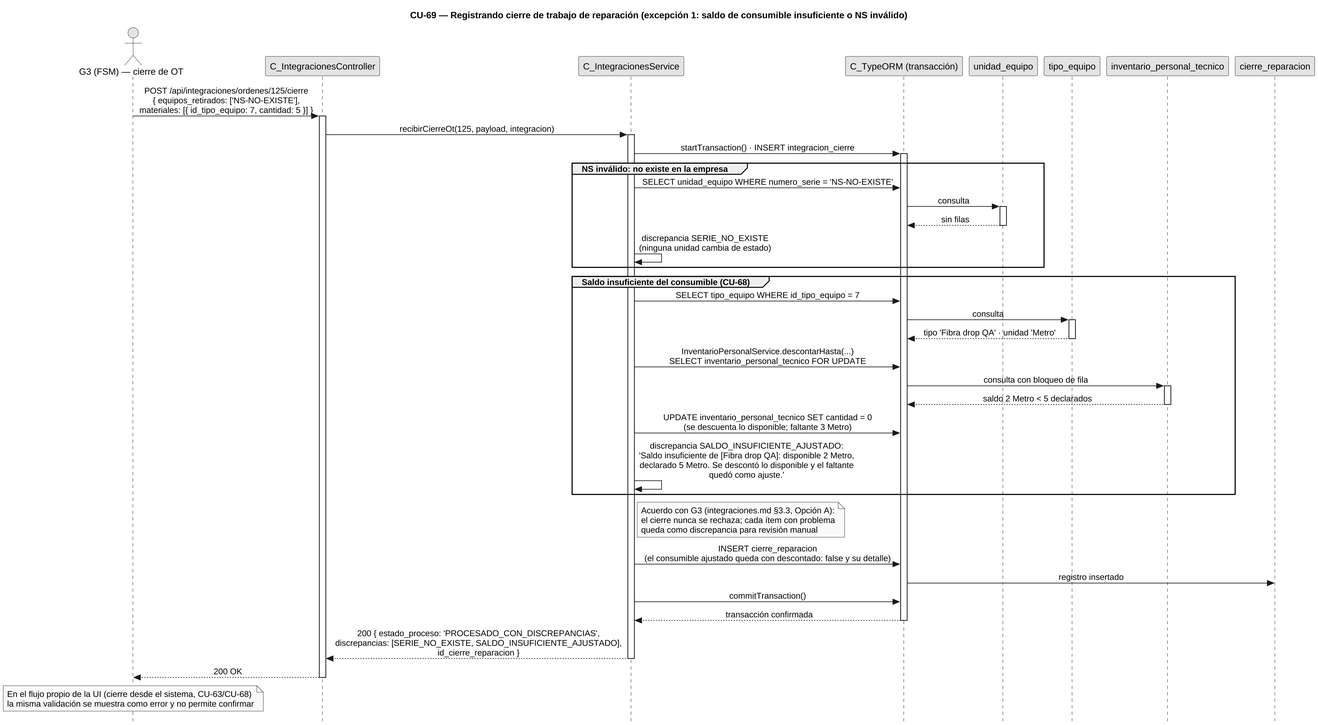
Before: diagramas/diagramas-secuencia/CU69/CU69-exc-saldo-insuficiente.png, a diagram exported from PlantUML (FSM-Finet-y-Cable-Magico/Team_1-Inventario-y-Bodega). Its diagram source:
```plantuml
@startuml CU69-exc-saldo-insuficiente
skinparamlocked dpi 240
skinparamlocked defaultFontName Liberation Sans
skinparam sequenceDividerBorderThickness 0.6
skinparam sequenceDividerBorderColor 888888
skinparam sequenceDividerBackgroundColor white
skinparam sequenceDividerFontStyle italic
skinparam sequenceDividerFontColor 444444
skinparam sequenceDividerShadowing false
title CU-69 — Registrando cierre de trabajo de reparación (excepción 1: saldo de consumible insuficiente o NS inválido)
skinparam style strictuml
skinparam monochrome true
skinparam shadowing false
skinparam sequenceMessageAlign center
<style>
sequenceDiagram {
  participant {
    margin 30
  }
  actor {
    margin 12
  }
}
</style>
skinparam sequence {
  MessageAlign center
  LifeLineBorderColor black
}
hide footbox

actor "G3 (FSM) — cierre de OT" as g3
participant "C_IntegracionesController" as ctrl
participant "C_IntegracionesService" as svc
participant "C_TypeORM (transacción)" as orm
participant "unidad_equipo" as uent
participant "tipo_equipo" as tent
participant "inventario_personal_tecnico" as invp
participant "cierre_reparacion" as crep

g3 -> ctrl : POST /api/integraciones/ordenes/125/cierre\n{ equipos_retirados: ['NS-NO-EXISTE'],\nmateriales: [{ id_tipo_equipo: 7, cantidad: 5 }] }
activate ctrl
ctrl -> svc : recibirCierreOt(125, payload, integracion)
activate svc

svc -> orm : startTransaction() · INSERT integracion_cierre
activate orm

group NS inválido: no existe en la empresa
  svc -> orm : SELECT unidad_equipo WHERE numero_serie = 'NS-NO-EXISTE'
  orm -> uent : consulta
  activate uent
  uent --> orm : sin filas
  deactivate uent
  svc -> svc : discrepancia SERIE_NO_EXISTE\n(ninguna unidad cambia de estado)
end

group Saldo insuficiente del consumible (CU-68)
  svc -> orm : SELECT tipo_equipo WHERE id_tipo_equipo = 7
  orm -> tent : consulta
  activate tent
  tent --> orm : tipo 'Fibra drop QA' · unidad 'Metro'
  deactivate tent
  svc -> orm : InventarioPersonalService.descontarHasta(...)\nSELECT inventario_personal_tecnico FOR UPDATE
  orm -> invp : consulta con bloqueo de fila
  activate invp
  invp --> orm : saldo 2 Metro < 5 declarados
  deactivate invp
  svc -> orm : UPDATE inventario_personal_tecnico SET cantidad = 0\n(se descuenta lo disponible; faltante 3 Metro)
  svc -> svc : discrepancia SALDO_INSUFICIENTE_AJUSTADO:\n'Saldo insuficiente de [Fibra drop QA]: disponible 2 Metro,\ndeclarado 5 Metro. Se descontó lo disponible y el faltante\nquedó como ajuste.'
end

note right of svc
  Acuerdo con G3 (integraciones.md §3.3, Opción A):
  el cierre nunca se rechaza; cada ítem con problema
  queda como discrepancia para revisión manual
end note

svc -> orm : INSERT cierre_reparacion\n(el consumible ajustado queda con descontado: false y su detalle)
orm -> crep : registro insertado
svc -> orm : commitTransaction()
orm --> svc : transacción confirmada
deactivate orm

svc --> ctrl : 200 { estado_proceso: 'PROCESADO_CON_DISCREPANCIAS',\ndiscrepancias: [SERIE_NO_EXISTE, SALDO_INSUFICIENTE_AJUSTADO],\nid_cierre_reparacion }
deactivate svc
ctrl --> g3 : 200 OK
deactivate ctrl

note over g3 : En el flujo propio de la UI (cierre desde el sistema, CU-63/CU-68)\nla misma validación se muestra como error y no permite confirmar

@enduml
```
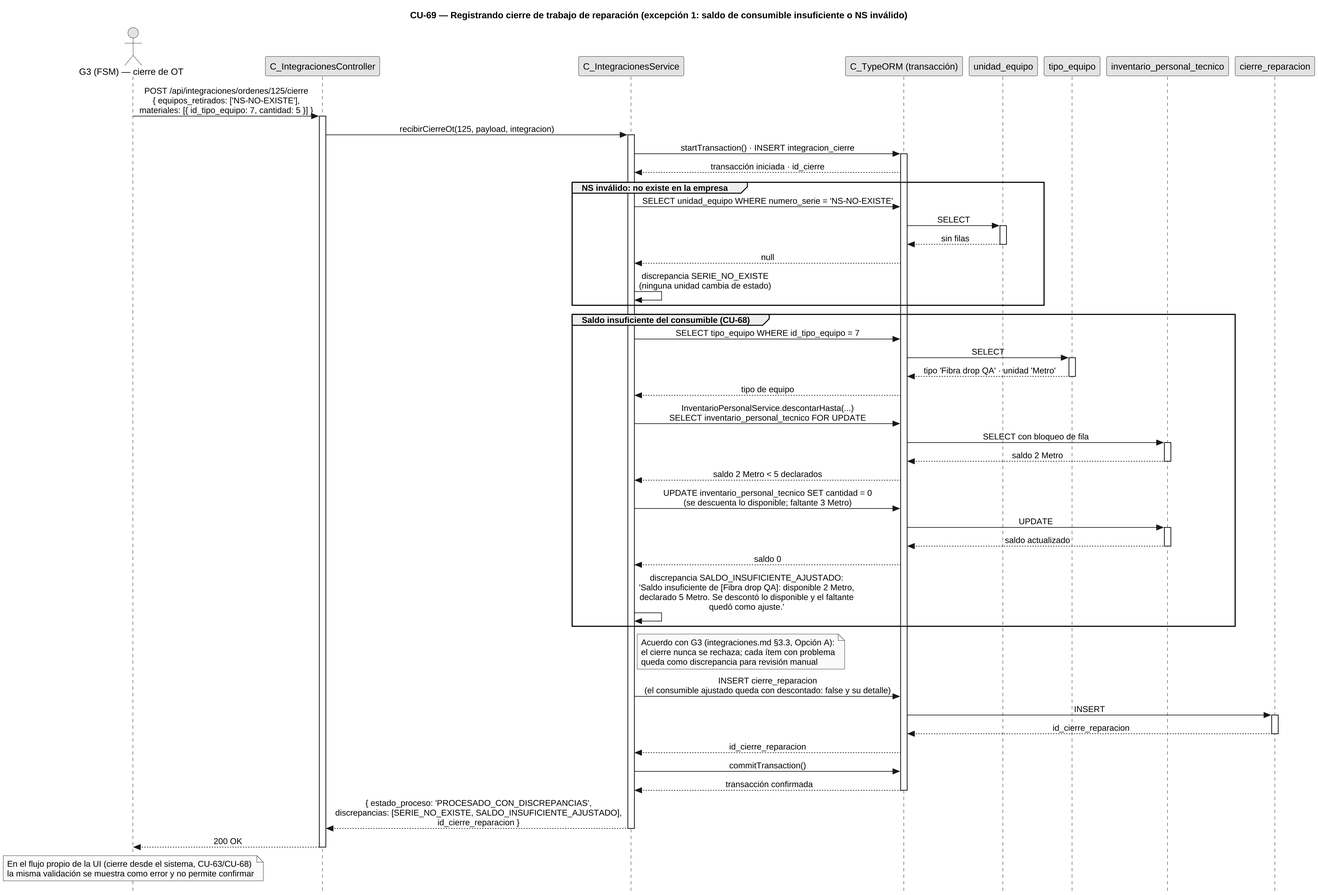
After the commit.

Change to the diagram source:
```diff
@@ -44,28 +44,37 @@
 
 svc -> orm : startTransaction() · INSERT integracion_cierre
 activate orm
+orm --> svc : transacción iniciada · id_cierre
 
 group NS inválido: no existe en la empresa
   svc -> orm : SELECT unidad_equipo WHERE numero_serie = 'NS-NO-EXISTE'
-  orm -> uent : consulta
+  orm -> uent : SELECT
   activate uent
   uent --> orm : sin filas
   deactivate uent
+  orm --> svc : null
   svc -> svc : discrepancia SERIE_NO_EXISTE\n(ninguna unidad cambia de estado)
 end
 
 group Saldo insuficiente del consumible (CU-68)
   svc -> orm : SELECT tipo_equipo WHERE id_tipo_equipo = 7
-  orm -> tent : consulta
+  orm -> tent : SELECT
   activate tent
   tent --> orm : tipo 'Fibra drop QA' · unidad 'Metro'
   deactivate tent
+  orm --> svc : tipo de equipo
   svc -> orm : InventarioPersonalService.descontarHasta(...)\nSELECT inventario_personal_tecnico FOR UPDATE
-  orm -> invp : consulta con bloqueo de fila
+  orm -> invp : SELECT con bloqueo de fila
   activate invp
-  invp --> orm : saldo 2 Metro < 5 declarados
+  invp --> orm : saldo 2 Metro
   deactivate invp
+  orm --> svc : saldo 2 Metro < 5 declarados
   svc -> orm : UPDATE inventario_personal_tecnico SET cantidad = 0\n(se descuenta lo disponible; faltante 3 Metro)
+  orm -> invp : UPDATE
+  activate invp
+  invp --> orm : saldo actualizado
+  deactivate invp
+  orm --> svc : saldo 0
   svc -> svc : discrepancia SALDO_INSUFICIENTE_AJUSTADO:\n'Saldo insuficiente de [Fibra drop QA]: disponible 2 Metro,\ndeclarado 5 Metro. Se descontó lo disponible y el faltante\nquedó como ajuste.'
 end
 
@@ -76,12 +85,16 @@
 end note
 
 svc -> orm : INSERT cierre_reparacion\n(el consumible ajustado queda con descontado: false y su detalle)
-orm -> crep : registro insertado
+orm -> crep : INSERT
+activate crep
+crep --> orm : id_cierre_reparacion
+deactivate crep
+orm --> svc : id_cierre_reparacion
 svc -> orm : commitTransaction()
 orm --> svc : transacción confirmada
 deactivate orm
 
-svc --> ctrl : 200 { estado_proceso: 'PROCESADO_CON_DISCREPANCIAS',\ndiscrepancias: [SERIE_NO_EXISTE, SALDO_INSUFICIENTE_AJUSTADO],\nid_cierre_reparacion }
+svc --> ctrl : { estado_proceso: 'PROCESADO_CON_DISCREPANCIAS',\ndiscrepancias: [SERIE_NO_EXISTE, SALDO_INSUFICIENTE_AJUSTADO],\nid_cierre_reparacion }
 deactivate svc
 ctrl --> g3 : 200 OK
 deactivate ctrl
```
